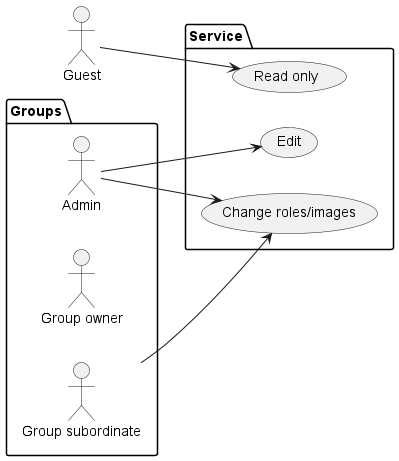
Before: docs/imgs/business.png, a diagram exported from PlantUML (VitoSpritz/cloud-proj). Its diagram source:
```plantuml
@startuml
left to right direction

actor Guest as guest

package Groups{
  actor Admin as admin
  actor "Group owner" as go
  actor "Group subordinate" as gs
}

package Service {
  usecase "Read only" as ro
  usecase "Edit" as e
  usecase "Change roles/images" as cr
}

guest --> ro
admin --> e
admin --> cr
gs --> cr
@enduml
```
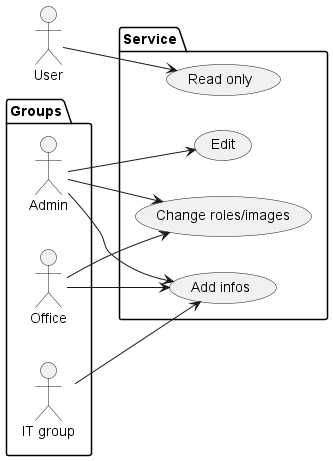
After the change.

Change to the diagram source:
```diff
@@ -1,22 +1,26 @@
-@startuml
+@startuml business
 left to right direction
 
-actor Guest as guest
+actor User as guest
 
 package Groups{
-  actor Admin as admin
-  actor "Group owner" as go
-  actor "Group subordinate" as gs
+  actor "Admin" as admin
+  actor "Office" as off
+  actor "IT group" as gs
 }
 
 package Service {
   usecase "Read only" as ro
   usecase "Edit" as e
   usecase "Change roles/images" as cr
+  usecase "Add infos" as ai
 }
 
 guest --> ro
 admin --> e
 admin --> cr
-gs --> cr
+admin --> ai
+off --> cr
+off --> ai
+gs --> ai
 @enduml
```
